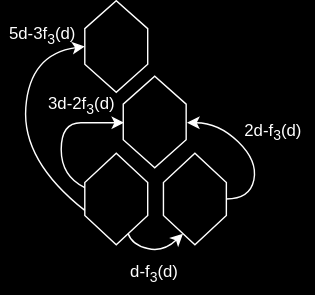
Above: layouts/wicki-hayden.svg in carlhenrikrolf/microtonOS (draw.io), before the change. Source tidied: cells renumbered, new cells last; positions are measured from the earlier drawing's top-left corner, leaving out a move shared by most shapes.
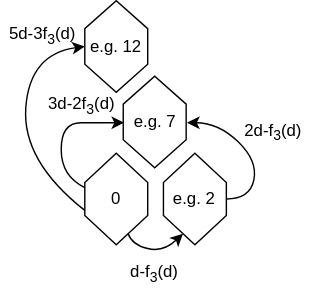
The same file after the commit.

Diff of the diagram source:
```diff
@@ -5,13 +5,13 @@
     <mxCell id="2" style="group;" parent="1" vertex="1">
       <mxGeometry x="15" width="190" height="180" as="geometry" />
     </mxCell>
-    <mxCell id="3" style="shape=hexagon;perimeter=hexagonPerimeter2;whiteSpace=wrap;html=1;fixedSize=1;direction=south;size=20.909090909090963;" parent="2" vertex="1">
+    <mxCell id="3" value="0" style="shape=hexagon;perimeter=hexagonPerimeter2;whiteSpace=wrap;html=1;fixedSize=1;direction=south;size=20.909090909090963;" parent="2" vertex="1">
       <mxGeometry x="45" y="109.1" width="45" height="65.5" as="geometry" />
     </mxCell>
-    <mxCell id="4" style="shape=hexagon;perimeter=hexagonPerimeter2;whiteSpace=wrap;html=1;fixedSize=1;direction=south;size=20.90909090909099;" parent="2" vertex="1">
+    <mxCell id="4" value="e.g. 2" style="shape=hexagon;perimeter=hexagonPerimeter2;whiteSpace=wrap;html=1;fixedSize=1;direction=south;size=20.90909090909099;" parent="2" vertex="1">
       <mxGeometry x="101.2" y="109.1" width="45" height="65.5" as="geometry" />
     </mxCell>
-    <mxCell id="5" style="shape=hexagon;perimeter=hexagonPerimeter2;whiteSpace=wrap;html=1;fixedSize=1;direction=south;size=20;" parent="2" vertex="1">
+    <mxCell id="5" value="e.g. 12" style="shape=hexagon;perimeter=hexagonPerimeter2;whiteSpace=wrap;html=1;fixedSize=1;direction=south;size=20;" parent="2" vertex="1">
       <mxGeometry x="45" width="45" height="65.5" as="geometry" />
     </mxCell>
     <mxCell id="6" style="curved=1;endArrow=classic;html=1;rounded=0;exitX=1;exitY=0.25;exitDx=0;exitDy=0;entryX=1;entryY=0.75;entryDx=0;entryDy=0;" parent="2" edge="1" source="3" target="4">
@@ -50,7 +50,7 @@
         </Array>
       </mxGeometry>
     </mxCell>
-    <mxCell id="10" style="shape=hexagon;perimeter=hexagonPerimeter2;whiteSpace=wrap;html=1;fixedSize=1;direction=south;size=20;" parent="2" vertex="1">
+    <mxCell id="10" value="e.g. 7" style="shape=hexagon;perimeter=hexagonPerimeter2;whiteSpace=wrap;html=1;fixedSize=1;direction=south;size=20;" parent="2" vertex="1">
       <mxGeometry x="72.5" y="54" width="45" height="65.5" as="geometry" />
     </mxCell>
     <mxCell id="11" value="3d-2f&lt;sub&gt;3&lt;/sub&gt;(d)" style="text;html=1;align=center;verticalAlign=middle;whiteSpace=wrap;rounded=0;" parent="2" vertex="1">
```
